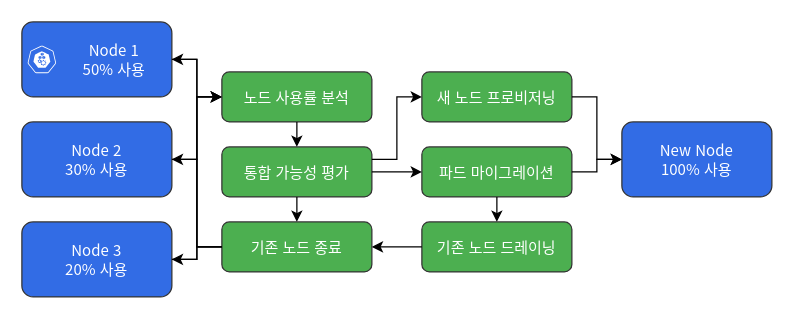
This is assets/generated-diagrams/karpenter_node_consolidation.drawio from Atom-oh/kubernetes-docs, a draw.io file, before an edit. Source tidied: cells renumbered, new cells numbered last; positions are measured from the earlier drawing's top-left corner, leaving out a move shared by most shapes. Both pictures are drawn from the tidied source at 125%, with x=0, y=0 at pixel (21, 21).
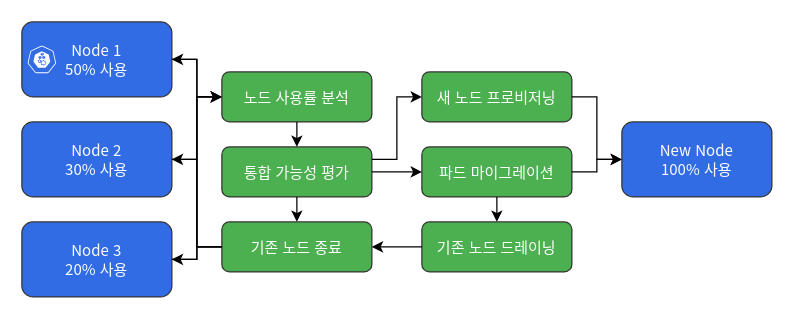
The same page after the edit.

The edit, as a diff of the source:
```diff
@@
-    <mxCell id="2" value="Node 1&#10;50% 사용" style="rounded=1;whiteSpace=wrap;html=1;fillColor=#326CE5;strokeColor=#333333;fontColor=#FFFFFF;fontSize=12;fontFamily=Noto Sans CJK KR;spacingLeft=28;" parent="1" vertex="1">
+    <mxCell id="2" value="Node 1&#10;50% 사용" style="rounded=1;whiteSpace=wrap;html=1;fillColor=#326CE5;strokeColor=#333333;fontColor=#FFFFFF;fontSize=12;fontFamily=Noto Sans CJK KR;" parent="1" vertex="1">
       <mxGeometry width="120" height="60" as="geometry" />
     </mxCell>
```
